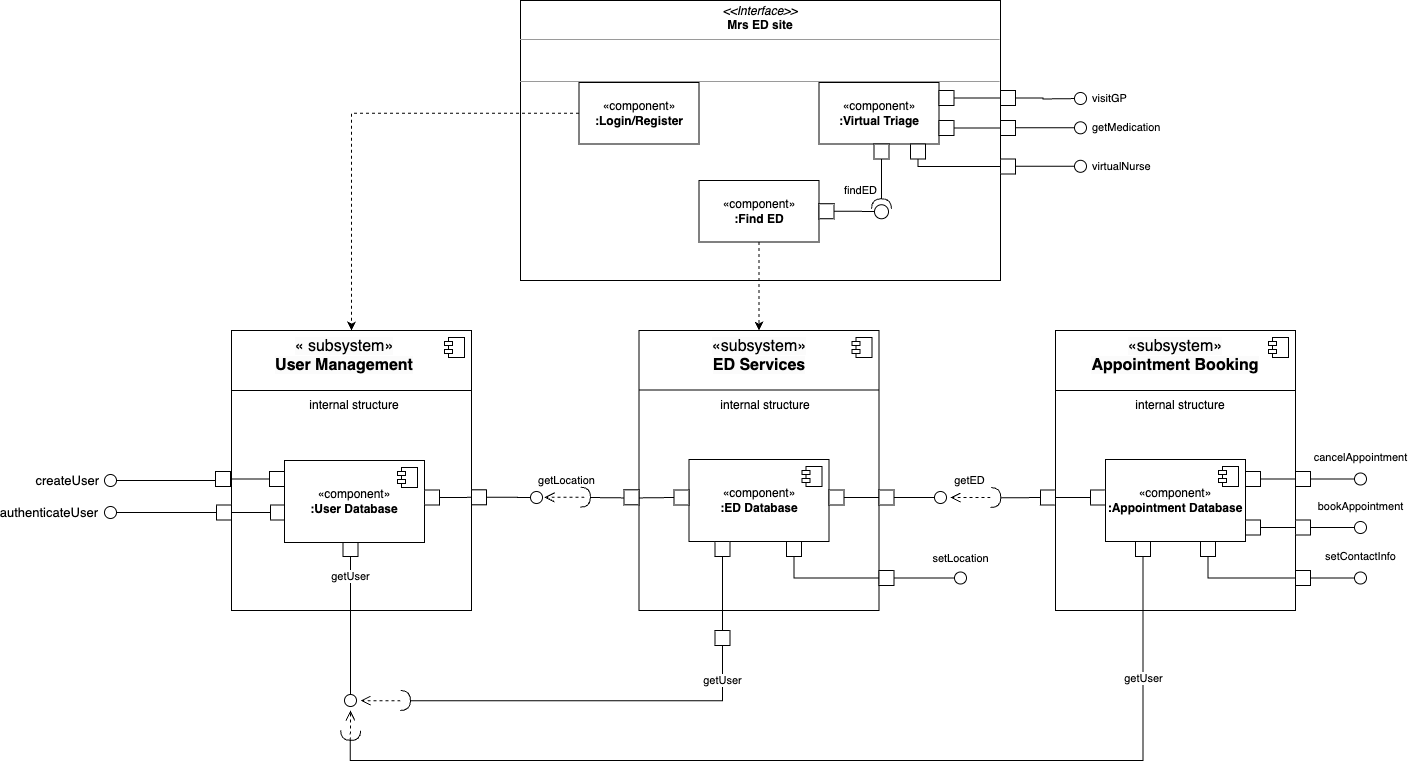
Above: diagrams/Component_Diagram.drawio.png in uvic-teach/project-m1-team6 (draw.io), before the change. Source tidied: cells renumbered, new cells last; positions are measured from the earlier drawing's top-left corner, leaving out a move shared by most shapes.
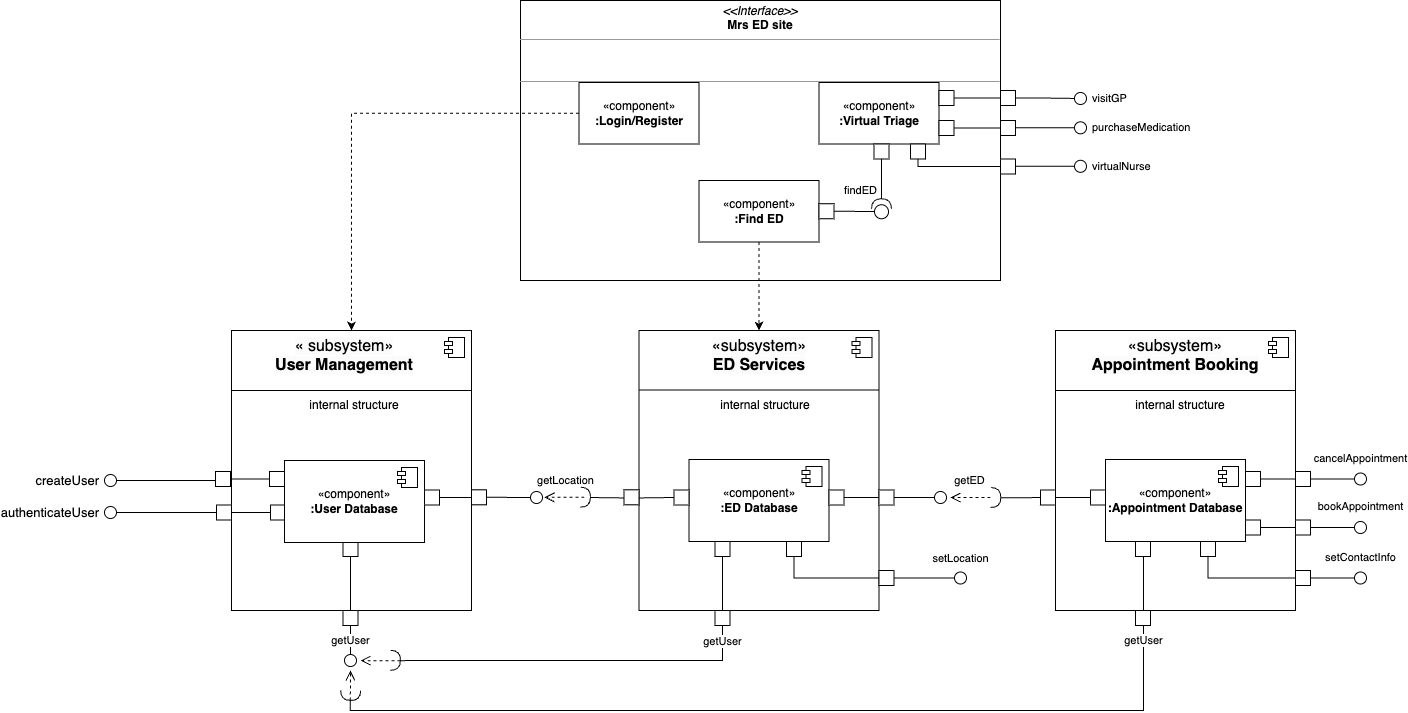
Above is the later version.

Change to the diagram source:
```diff
@@ -68,10 +68,10 @@
       <mxGeometry x="410" width="480" height="280" as="geometry" />
     </mxCell>
     <mxCell id="20" style="group;" parent="1" vertex="1">
-      <mxGeometry x="230" y="690" width="70.3" height="20.3" as="geometry" />
+      <mxGeometry x="230" y="650" width="70.3" height="20.3" as="geometry" />
     </mxCell>
     <mxCell id="21" style="shape=requiredInterface;html=1;verticalLabelPosition=bottom;sketch=0;rotation=-178;direction=west;" parent="20" vertex="1">
-      <mxGeometry x="60" y="0.2" width="10" height="20" as="geometry" />
+      <mxGeometry x="50" width="10" height="20" as="geometry" />
     </mxCell>
     <mxCell id="22" style="html=1;verticalAlign=bottom;endArrow=open;dashed=1;endSize=8;curved=0;rounded=0;" parent="20" edge="1">
       <mxGeometry relative="1" as="geometry">
@@ -80,25 +80,26 @@
       </mxGeometry>
     </mxCell>
     <mxCell id="23" value="getUser" style="edgeStyle=orthogonalEdgeStyle;rounded=0;jettySize=auto;html=1;endArrow=none;endFill=0;entryX=0.5;entryY=1;entryDx=0;entryDy=0;exitX=1;exitY=0.5;exitDx=0;exitDy=0;exitPerimeter=0;" parent="1" edge="1" source="24" target="45">
-      <mxGeometry x="0.76" relative="1" as="geometry">
+      <mxGeometry x="0.82" y="1" relative="1" as="geometry">
         <Array as="points">
-          <mxPoint x="240" y="760" />
-          <mxPoint x="1033" y="760" />
+          <mxPoint x="240" y="710" />
+          <mxPoint x="1033" y="710" />
           <mxPoint x="1033" y="556" />
         </Array>
+        <mxPoint x="1" as="offset" />
       </mxGeometry>
     </mxCell>
     <mxCell id="24" style="shape=requiredInterface;html=1;verticalLabelPosition=bottom;sketch=0;rotation=-178;direction=north;" parent="1" vertex="1">
-      <mxGeometry x="230" y="730" width="20" height="10" as="geometry" />
+      <mxGeometry x="230" y="690" width="20" height="10" as="geometry" />
     </mxCell>
     <mxCell id="25" style="edgeStyle=orthogonalEdgeStyle;rounded=0;jettySize=auto;html=1;exitX=1;exitY=0.5;exitDx=0;exitDy=0;exitPerimeter=0;dashed=1;endArrow=open;endFill=0;endSize=8;" parent="1" edge="1" source="24">
       <mxGeometry relative="1" as="geometry">
-        <mxPoint x="240" y="710" as="targetPoint" />
+        <mxPoint x="240" y="670" as="targetPoint" />
       </mxGeometry>
     </mxCell>
     <mxCell id="26" value="getUser" style="edgeStyle=orthogonalEdgeStyle;rounded=0;jettySize=auto;html=1;exitX=0.5;exitY=1;exitDx=0;exitDy=0;endArrow=oval;endFill=0;endSize=12;" parent="1" edge="1" source="7">
-      <mxGeometry x="-0.72" relative="1" as="geometry">
-        <mxPoint x="240" y="700" as="targetPoint" />
+      <mxGeometry x="0.62" relative="1" as="geometry">
+        <mxPoint x="240" y="660" as="targetPoint" />
       </mxGeometry>
     </mxCell>
     <mxCell id="27" value="&lt;span style=&quot;color: rgb(0, 0, 0); font-family: Helvetica; font-size: 16px; font-style: normal; font-variant-ligatures: normal; font-variant-caps: normal; font-weight: 400; letter-spacing: normal; orphans: 2; text-indent: 0px; text-transform: none; widows: 2; word-spacing: 0px; -webkit-text-stroke-width: 0px; background-color: rgb(251, 251, 251); text-decoration-thickness: initial; text-decoration-style: initial; text-decoration-color: initial; float: none; display: inline !important;&quot;&gt;«subsystem»&lt;/span&gt;&lt;br style=&quot;border-color: var(--border-color); color: rgb(0, 0, 0); font-family: Helvetica; font-size: 16px; font-style: normal; font-variant-ligatures: normal; font-variant-caps: normal; font-weight: 400; letter-spacing: normal; orphans: 2; text-indent: 0px; text-transform: none; widows: 2; word-spacing: 0px; -webkit-text-stroke-width: 0px; background-color: rgb(251, 251, 251); text-decoration-thickness: initial; text-decoration-style: initial; text-decoration-color: initial;&quot;&gt;&lt;b style=&quot;border-color: var(--border-color); color: rgb(0, 0, 0); font-family: Helvetica; font-size: 16px; font-style: normal; font-variant-ligatures: normal; font-variant-caps: normal; letter-spacing: normal; orphans: 2; text-indent: 0px; text-transform: none; widows: 2; word-spacing: 0px; -webkit-text-stroke-width: 0px; background-color: rgb(251, 251, 251); text-decoration-thickness: initial; text-decoration-style: initial; text-decoration-color: initial;&quot;&gt;Appointment Booking&lt;/b&gt;" style="text;whiteSpace=wrap;html=1;align=center;" parent="1" vertex="1">
@@ -331,12 +332,13 @@
       <mxGeometry x="604.5" y="541" width="15" height="15" as="geometry" />
     </mxCell>
     <mxCell id="89" style="html=1;rounded=0;" parent="1" vertex="1">
-      <mxGeometry x="604.5" y="630" width="15" height="15" as="geometry" />
+      <mxGeometry x="604.5" y="610" width="15" height="15" as="geometry" />
     </mxCell>
     <mxCell id="90" value="getUser" style="edgeStyle=orthogonalEdgeStyle;rounded=0;jettySize=auto;html=1;entryX=1;entryY=0.5;entryDx=0;entryDy=0;entryPerimeter=0;endArrow=none;endFill=0;" parent="1" edge="1" source="89" target="21">
-      <mxGeometry x="-0.81" relative="1" as="geometry">
+      <mxGeometry x="-0.91" relative="1" as="geometry">
         <Array as="points">
-          <mxPoint x="612" y="700" />
+          <mxPoint x="612" y="660" />
+          <mxPoint x="300" y="660" />
         </Array>
       </mxGeometry>
     </mxCell>
@@ -394,7 +396,7 @@
     <mxCell id="104" style="html=1;rounded=0;" parent="1" vertex="1">
       <mxGeometry x="890" y="120" width="15" height="15" as="geometry" />
     </mxCell>
-    <mxCell id="105" value="getMedication" style="edgeStyle=orthogonalEdgeStyle;rounded=0;orthogonalLoop=1;jettySize=auto;html=1;endArrow=oval;endFill=0;strokeWidth=1;endSize=12;labelPosition=right;verticalLabelPosition=middle;align=left;verticalAlign=middle;" parent="1" edge="1">
+    <mxCell id="105" value="purchaseMedication" style="edgeStyle=orthogonalEdgeStyle;rounded=0;orthogonalLoop=1;jettySize=auto;html=1;endArrow=oval;endFill=0;strokeWidth=1;endSize=12;labelPosition=right;verticalLabelPosition=middle;align=left;verticalAlign=middle;" parent="1" edge="1">
       <mxGeometry x="1" y="-10" relative="1" as="geometry">
         <mxPoint x="905" y="127.3" as="sourcePoint" />
         <mxPoint x="970" y="127.3" as="targetPoint" />
@@ -421,5 +423,11 @@
         <mxPoint x="10" y="-10" as="offset" />
       </mxGeometry>
     </mxCell>
+    <mxCell id="110" style="html=1;rounded=0;" parent="1" vertex="1">
+      <mxGeometry x="232.5" y="610" width="15" height="15" as="geometry" />
+    </mxCell>
+    <mxCell id="111" style="html=1;rounded=0;" parent="1" vertex="1">
+      <mxGeometry x="1025" y="610" width="15" height="15" as="geometry" />
+    </mxCell>
   </root>
 </mxGraphModel>
```
